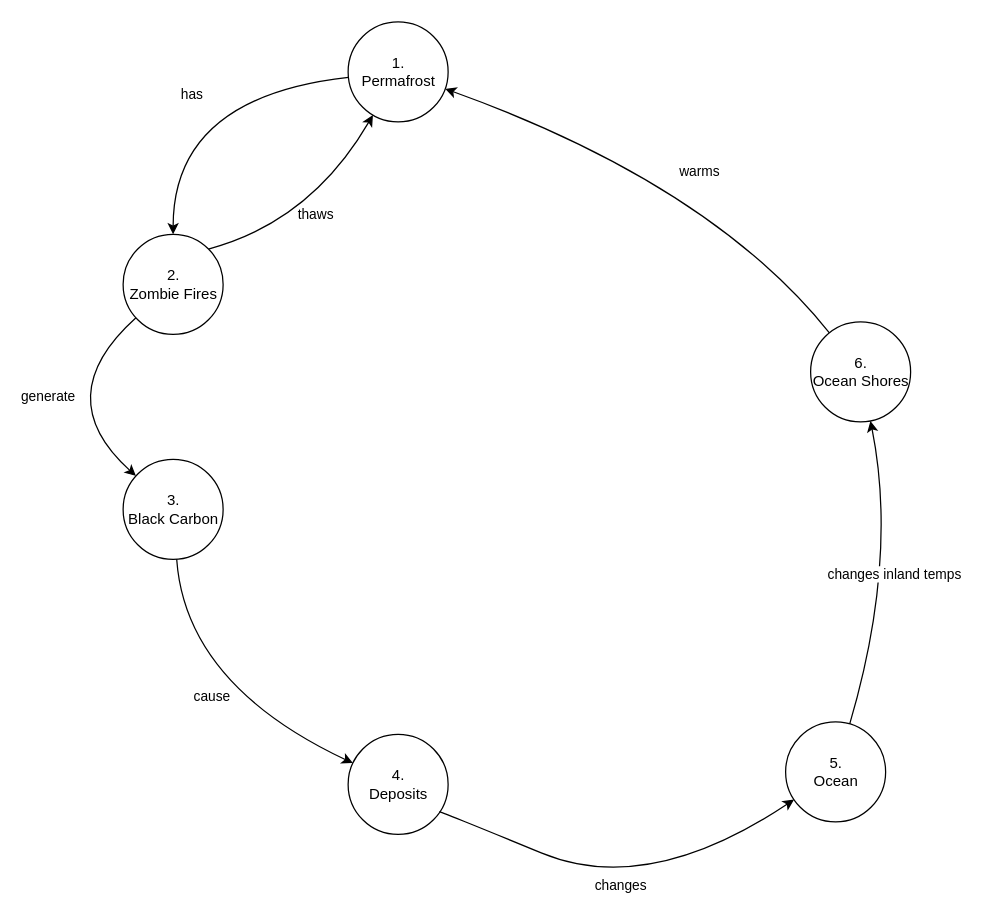
The draw.io diagram page "0. Top Level" (1 of 7) of System Dynamics Model.drawio in arctic-risk/models, before the edit. Source tidied: cells renumbered, new cells numbered last; positions are measured from the earlier drawing's top-left corner, leaving out a move shared by most shapes. Both pictures are drawn from the tidied source at 125%, with x=0, y=0 at pixel (48, 21).
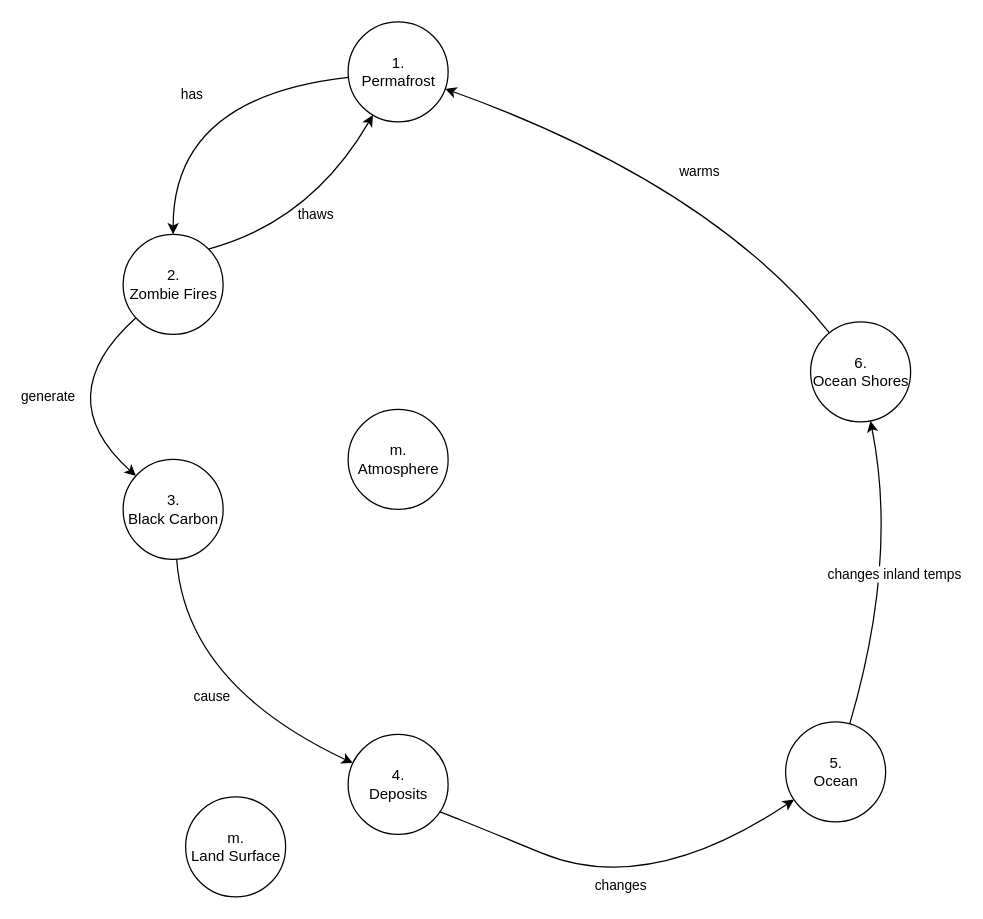
The same diagram, later.

Commit message:
added atmosphere and land surface to TLD

What changed in the source:
```diff
@@
+    <mxCell id="15" value="m.&lt;br&gt;Atmosphere" style="shape=ellipse;html=1;dashed=0;whitespace=wrap;perimeter=ellipsePerimeter;" parent="1" vertex="1">
+      <mxGeometry x="240" y="310" width="80" height="80" as="geometry" />
+    </mxCell>
+    <mxCell id="16" value="m.&lt;br&gt;Land Surface" style="shape=ellipse;html=1;dashed=0;whitespace=wrap;perimeter=ellipsePerimeter;" parent="1" vertex="1">
+      <mxGeometry x="110" y="620" width="80" height="80" as="geometry" />
+    </mxCell>
```
